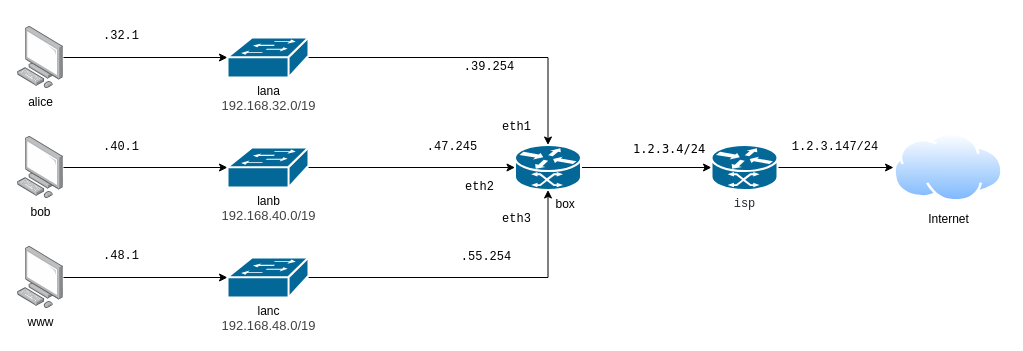
Above: labdev.drawio in Ayce45/labdev (draw.io), before the change. Source tidied: cells renumbered, new cells numbered last; positions are measured from the earlier drawing's top-left corner, leaving out a move shared by most shapes. Both pictures are drawn from the tidied source at 100%, with x=0, y=0 at pixel (17, 26).
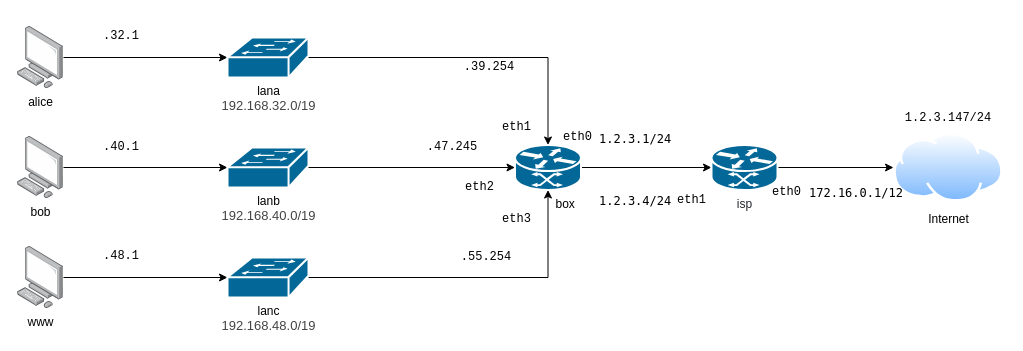
The same diagram, later.

Change to the diagram source:
```diff
@@
-    <mxCell id="17" value="&lt;pre style=&quot;box-sizing: border-box ; font-family: , &amp;#34;consolas&amp;#34; , &amp;#34;liberation mono&amp;#34; , &amp;#34;menlo&amp;#34; , monospace ; margin-top: 0px ; margin-bottom: 0px ; color: rgb(36 , 41 , 46) ; background-color: rgb(255 , 255 , 255) ; white-space: pre-wrap&quot;&gt;isp&lt;/pre&gt;" style="shape=mxgraph.cisco.routers.atm_router;html=1;dashed=0;fillColor=#036897;strokeColor=#ffffff;strokeWidth=2;verticalLabelPosition=bottom;verticalAlign=top;align=center;outlineConnect=0;" parent="1" vertex="1">
+    <mxCell id="17" value="&lt;pre style=&quot;box-sizing: border-box ; font-family: , &amp;#34;consolas&amp;#34; , &amp;#34;liberation mono&amp;#34; , &amp;#34;menlo&amp;#34; , monospace ; margin-top: 0px ; margin-bottom: 0px ; color: rgb(36 , 41 , 46) ; background-color: rgb(255 , 255 , 255) ; white-space: pre-wrap&quot;&gt;&lt;font face=&quot;Helvetica&quot;&gt;isp&lt;/font&gt;&lt;/pre&gt;" style="shape=mxgraph.cisco.routers.atm_router;html=1;dashed=0;fillColor=#036897;strokeColor=#ffffff;strokeWidth=2;verticalLabelPosition=bottom;verticalAlign=top;align=center;outlineConnect=0;" parent="1" vertex="1">
       <mxGeometry x="694" y="118.5" width="66" height="45" as="geometry" />
     </mxCell>
     <mxCell id="18" value="&lt;p style=&quot;overflow-wrap: break-word ; white-space: pre-wrap&quot;&gt;&lt;font face=&quot;monospace&quot;&gt;1.2.3.147/24&lt;/font&gt;&lt;/p&gt;" style="text;html=1;strokeColor=none;fillColor=none;align=center;verticalAlign=middle;whiteSpace=wrap;rounded=0;" parent="1" vertex="1">
-      <mxGeometry x="760" y="110" width="116" height="20" as="geometry" />
+      <mxGeometry x="873" y="81" width="116" height="20" as="geometry" />
     </mxCell>
@@
     <mxCell id="29" value="1.2.3.4/24" style="text;html=1;fontFamily=monospace;" parent="1" vertex="1">
-      <mxGeometry x="614" y="108.5" width="80" height="20" as="geometry" />
+      <mxGeometry x="580" y="161" width="80" height="20" as="geometry" />
     </mxCell>
+    <mxCell id="30" value="&lt;pre style=&quot;overflow-wrap: break-word ; white-space: pre-wrap&quot;&gt;eth0&lt;/pre&gt;" style="text;html=1;strokeColor=none;fillColor=none;align=center;verticalAlign=middle;whiteSpace=wrap;rounded=0;" parent="1" vertex="1">
+      <mxGeometry x="529.5" y="101" width="61" height="20" as="geometry" />
+    </mxCell>
+    <mxCell id="31" value="1.2.3.1/24" style="text;html=1;fontFamily=monospace;" parent="1" vertex="1">
+      <mxGeometry x="580" y="98.5" width="80" height="20" as="geometry" />
+    </mxCell>
+    <mxCell id="32" value="&lt;pre style=&quot;overflow-wrap: break-word ; white-space: pre-wrap&quot;&gt;eth0&lt;/pre&gt;" style="text;html=1;strokeColor=none;fillColor=none;align=center;verticalAlign=middle;whiteSpace=wrap;rounded=0;" parent="1" vertex="1">
+      <mxGeometry x="739" y="155.5" width="61" height="20" as="geometry" />
+    </mxCell>
+    <mxCell id="33" value="&lt;pre style=&quot;overflow-wrap: break-word ; white-space: pre-wrap&quot;&gt;eth1&lt;/pre&gt;" style="text;html=1;strokeColor=none;fillColor=none;align=center;verticalAlign=middle;whiteSpace=wrap;rounded=0;" parent="1" vertex="1">
+      <mxGeometry x="643.5" y="163.5" width="61" height="20" as="geometry" />
+    </mxCell>
+    <mxCell id="34" value="172.16.0.1/12" style="text;html=1;fontFamily=monospace;" parent="1" vertex="1">
+      <mxGeometry x="790" y="153" width="100" height="30" as="geometry" />
+    </mxCell>
```
